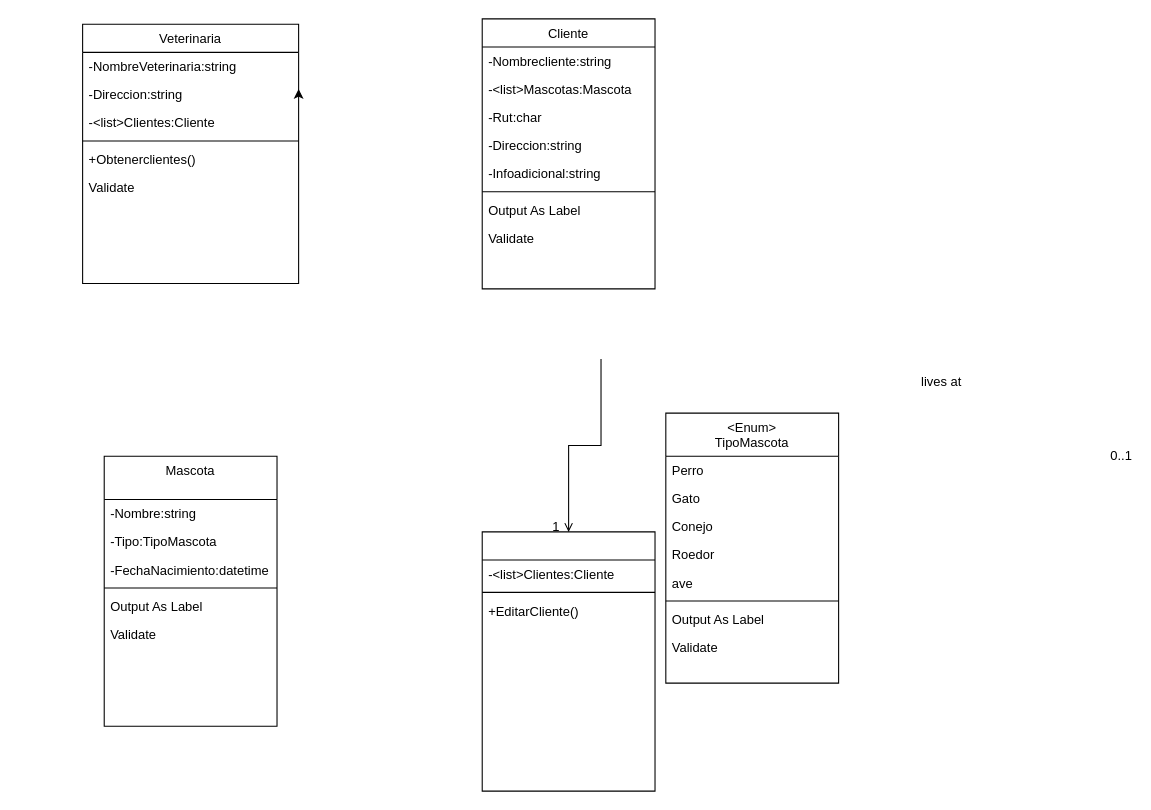
This is Untitled Diagram.drawio from JoseFredes/vetlover, a draw.io file, before an edit. Source tidied: cells renumbered, new cells numbered last; positions are measured from the earlier drawing's top-left corner, leaving out a move shared by most shapes. Both pictures are drawn from the tidied source at 108%, with x=0, y=0 at pixel (82, 18).
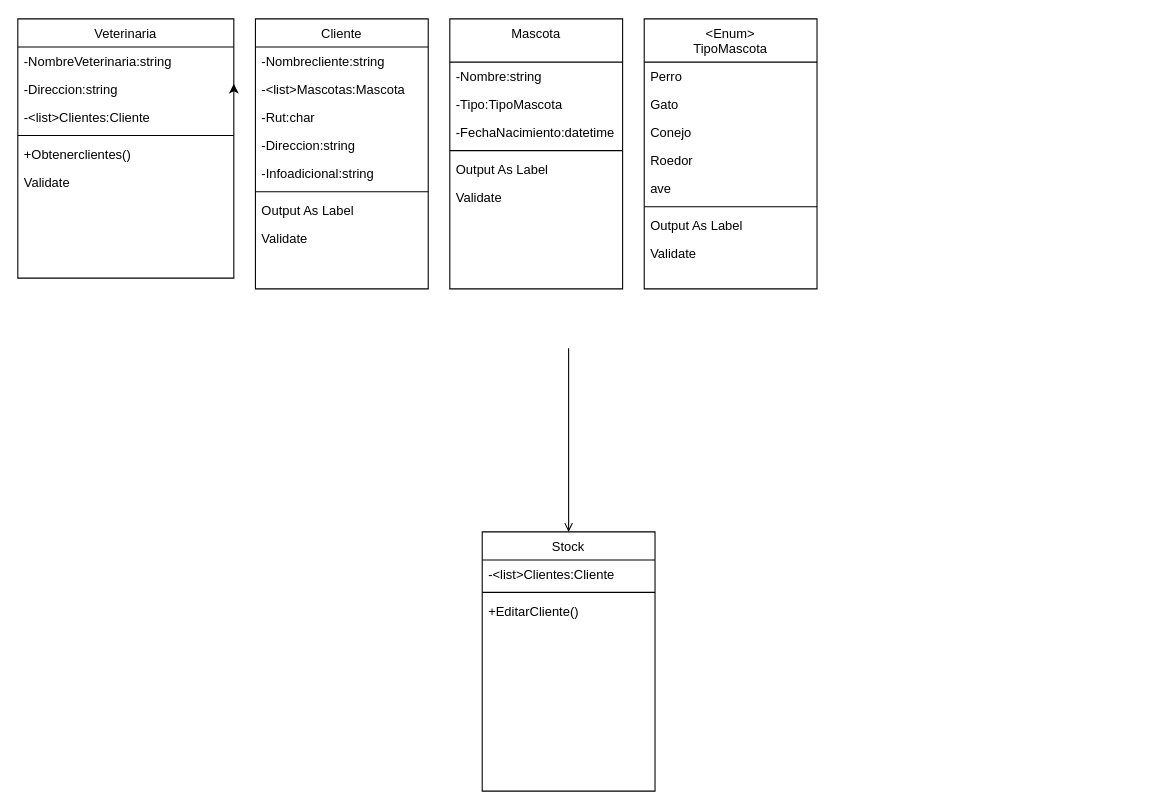
The same diagram, later.

Diff of the diagram source:
```diff
@@
     <mxCell id="2" style="endArrow=open;shadow=0;strokeWidth=1;rounded=0;endFill=1;edgeStyle=elbowEdgeStyle;elbow=vertical;" parent="1" edge="1" target="6">
       <mxGeometry x="0.5" y="41" relative="1" as="geometry">
-        <mxPoint x="480" y="315" as="sourcePoint" />
+        <mxPoint x="450" y="305" as="sourcePoint" />
+        <Array as="points">
+          <mxPoint x="450" y="335" />
+        </Array>
         <mxPoint x="-40" y="32" as="offset" />
       </mxGeometry>
     </mxCell>
-    <mxCell id="3" value="0..1" style="align=left;verticalAlign=bottom;labelBackgroundColor=none;fontSize=12;" parent="2" vertex="1">
-      <mxGeometry x="-1" relative="1" as="geometry">
-        <mxPoint x="470" y="98" as="offset" />
-      </mxGeometry>
-    </mxCell>
-    <mxCell id="4" value="1" style="align=right;verticalAlign=bottom;labelBackgroundColor=none;fontSize=12;" parent="2" vertex="1">
-      <mxGeometry x="1" relative="1" as="geometry">
-        <mxPoint x="-7" y="4" as="offset" />
-      </mxGeometry>
-    </mxCell>
-    <mxCell id="5" value="lives at" style="text;html=1;align=center;verticalAlign=middle;labelBackgroundColor=none;rounded=0;shadow=0;strokeWidth=1;fontSize=12;" parent="2" vertex="1">
-      <mxGeometry x="0.5" y="49" relative="1" as="geometry">
-        <mxPoint x="295" y="-93" as="offset" />
-      </mxGeometry>
-    </mxCell>
-    <mxCell id="6" style="swimlane;fontStyle=0;align=center;verticalAlign=top;horizontal=1;startSize=26;rounded=0;shadow=0;strokeWidth=1;" parent="1" vertex="1">
+    <mxCell id="6" value="Stock" style="swimlane;fontStyle=0;align=center;verticalAlign=top;horizontal=1;startSize=26;rounded=0;shadow=0;strokeWidth=1;" parent="1" vertex="1">
       <mxGeometry x="370" y="475" width="160" height="240" as="geometry" />
     </mxCell>
@@
     <mxCell id="10" value="&lt;Enum&gt;&#10;TipoMascota" style="swimlane;fontStyle=0;align=center;verticalAlign=top;horizontal=1;startSize=40;rounded=0;shadow=0;strokeWidth=1;" parent="1" vertex="1">
-      <mxGeometry x="540" y="365" width="160" height="250" as="geometry" />
+      <mxGeometry x="520" width="160" height="250" as="geometry" />
     </mxCell>
@@
     <mxCell id="19" value="Veterinaria" style="swimlane;fontStyle=0;align=center;verticalAlign=top;horizontal=1;startSize=26;rounded=0;shadow=0;strokeWidth=1;" parent="1" vertex="1">
-      <mxGeometry y="5" width="200" height="240" as="geometry" />
+      <mxGeometry x="-60" width="200" height="240" as="geometry" />
     </mxCell>
@@
     <mxCell id="27" value="Cliente" style="swimlane;fontStyle=0;align=center;verticalAlign=top;horizontal=1;startSize=26;rounded=0;shadow=0;strokeWidth=1;" parent="1" vertex="1">
-      <mxGeometry x="370" width="160" height="250" as="geometry" />
+      <mxGeometry x="160" width="160" height="250" as="geometry" />
     </mxCell>
@@
     <mxCell id="36" value="Mascota" style="swimlane;fontStyle=0;align=center;verticalAlign=top;horizontal=1;startSize=40;rounded=0;shadow=0;strokeWidth=1;" parent="1" vertex="1">
-      <mxGeometry x="20" y="405" width="160" height="250" as="geometry" />
+      <mxGeometry x="340" width="160" height="250" as="geometry" />
     </mxCell>
```
